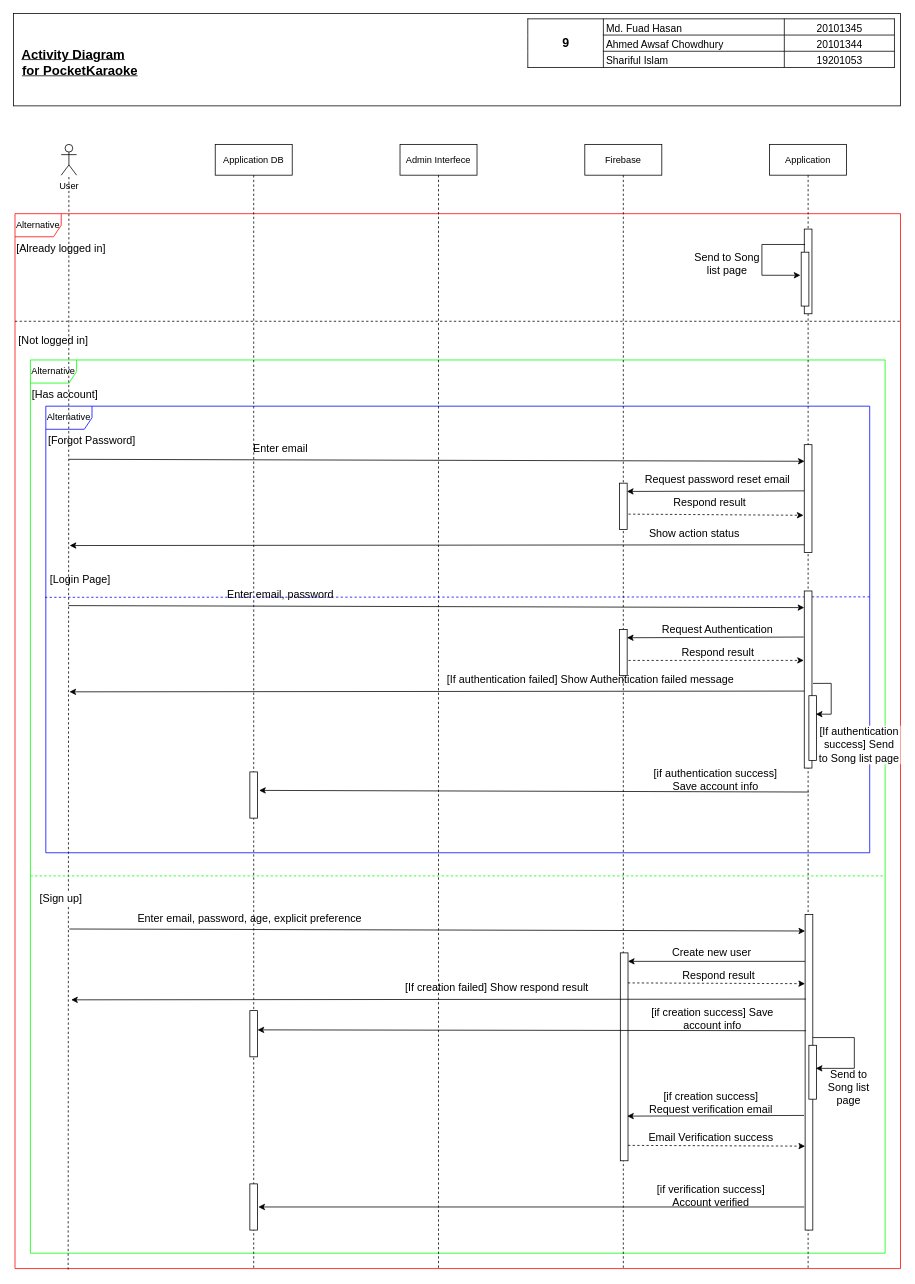
Above: page "Page-1" (1 of 3) of System Analysis/PocketKaraoke Sequence Diagram.drawio in FuSan21/PocketKaraoke (draw.io), before the change. Source tidied: cells renumbered, new cells numbered last; positions are measured from the earlier drawing's top-left corner, leaving out a move shared by most shapes. Both pictures are drawn from the tidied source at 77%, with x=0, y=0 at pixel (13, 13).
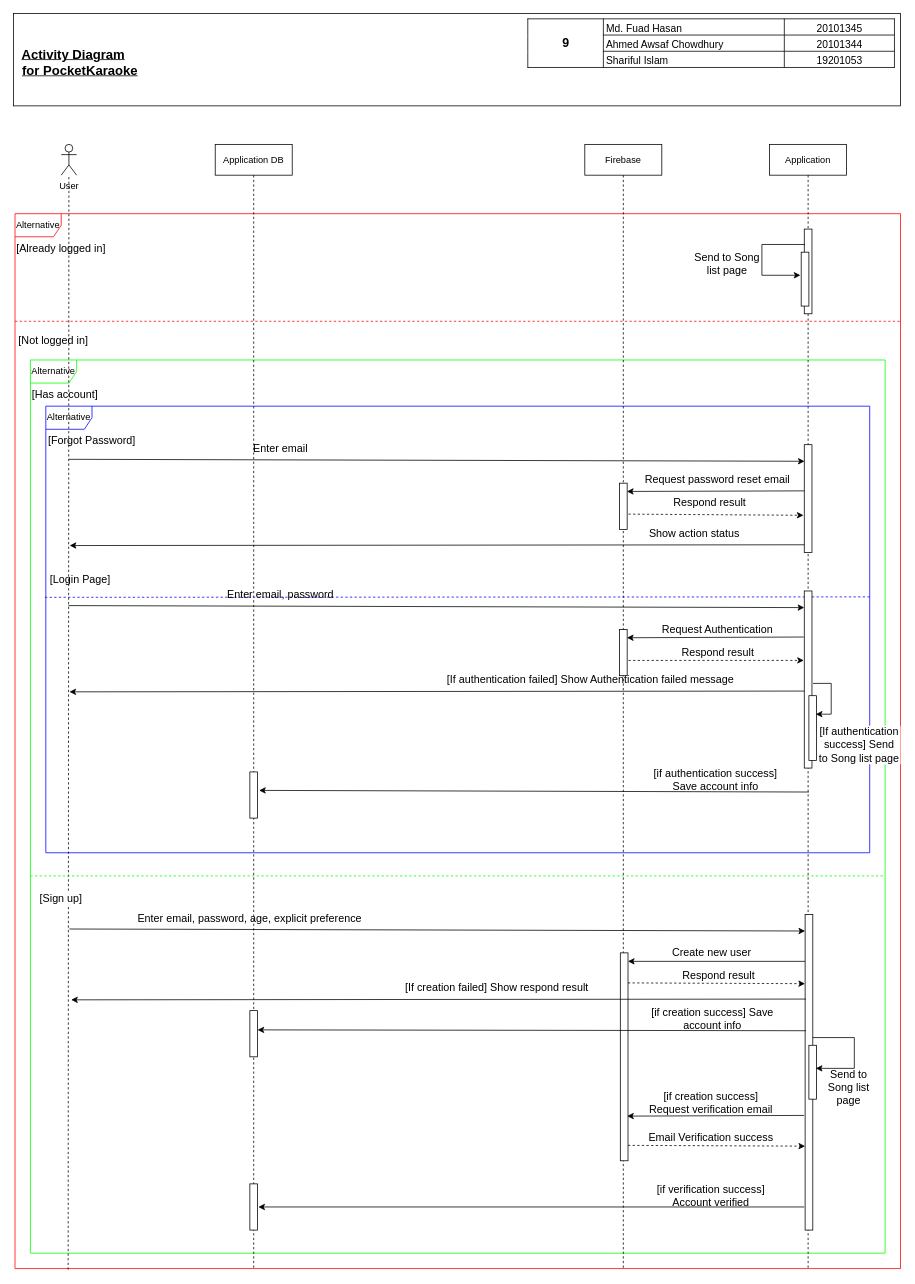
The same page after the edit.

The change refers to these unchanged cells:
```xml
<mxCell id="2" value="Alternative" style="shape=umlFrame;whiteSpace=wrap;html=1;strokeColor=#FF0000;" parent="1" vertex="1">
  <mxGeometry x="2" y="260" width="1150" height="1370" as="geometry" />
</mxCell>
```

Diff of the diagram source:
```diff
@@
-    <mxCell id="9" value="Admin Interfece" style="shape=umlLifeline;perimeter=lifelinePerimeter;rounded=0;shadow=0;strokeWidth=1;" parent="1" vertex="1">
-      <mxGeometry x="502" y="170" width="100" height="1460" as="geometry" />
-    </mxCell>
@@
-    <mxCell id="18" style="endArrow=none;dashed=1;html=1;rounded=0;exitX=0;exitY=0.102;exitDx=0;exitDy=0;exitPerimeter=0;entryX=1;entryY=0.102;entryDx=0;entryDy=0;entryPerimeter=0;" parent="1" edge="1" source="2" target="2">
+    <mxCell id="18" style="endArrow=none;dashed=1;html=1;rounded=0;exitX=0;exitY=0.102;exitDx=0;exitDy=0;exitPerimeter=0;entryX=1;entryY=0.102;entryDx=0;entryDy=0;entryPerimeter=0;strokeColor=#FF0000;" parent="1" edge="1" source="2" target="2">
       <mxGeometry relative="1" as="geometry" />
     </mxCell>
```
